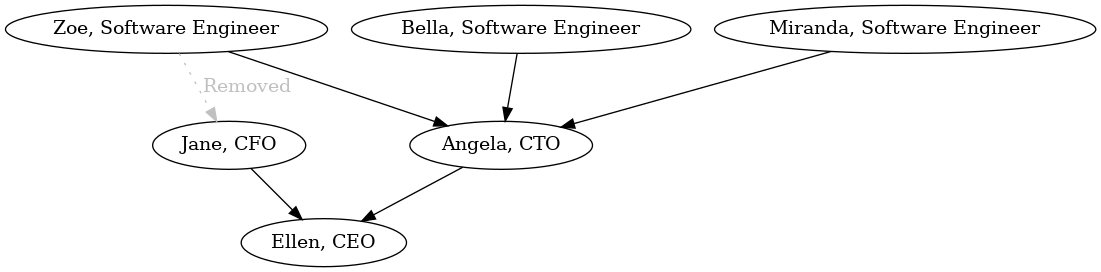
This is kahns_algorithm_2.png from gaultier/blog, a Graphviz export, as it was before one commit. Its source is kept beside it as kahns_algorithm_2.dot.
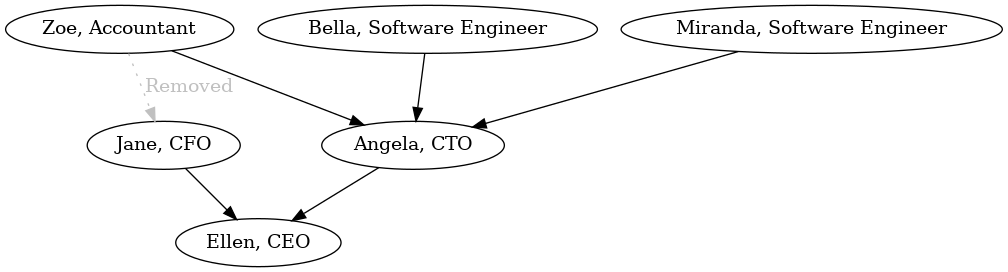
After the change.

What changed in the source:
```diff
@@ -4,13 +4,13 @@
   cto[label="Angela, CTO"];
   engineer_1[label="Bella, Software Engineer"];
   engineer_2[label="Miranda, Software Engineer"];
-  engineer_3[label="Zoe, Software Engineer"];
+  accountant_1[label="Zoe, Accountant"];
 
 
   cto-> ceo;
   cfo -> ceo;
   engineer_1 -> cto;
   engineer_2 -> cto;
-  engineer_3 -> cto;
-  engineer_3 -> cfo[style="dotted", label="Removed", color="gray", fontcolor="grey"];
+  accountant_1 -> cfo[style="dotted", label="Removed", color="gray", fontcolor="grey"];
+  accountant_1 -> cto;
 }
```
